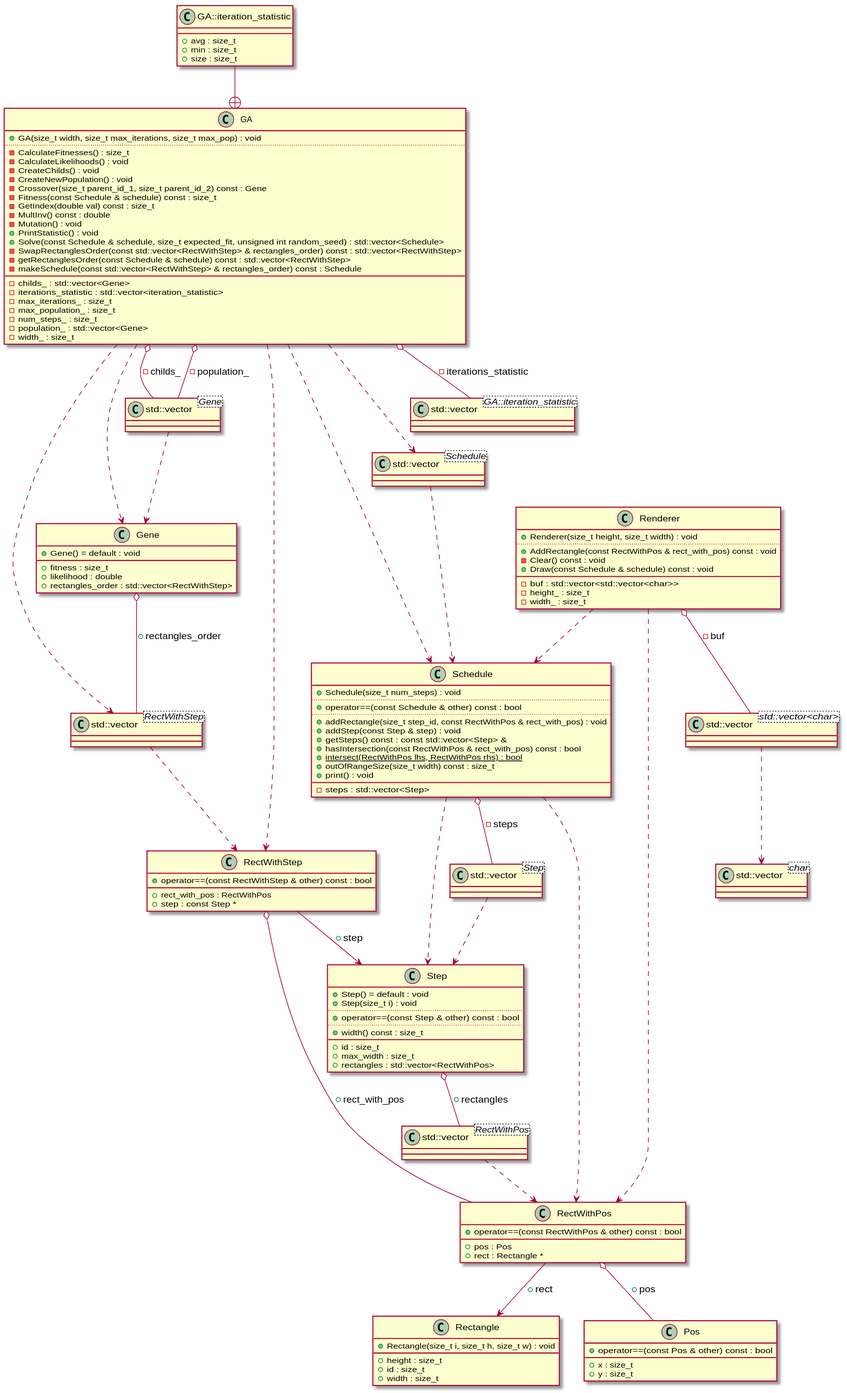
This is docs/diagrams/class_diagram.svg from RomantsovS/GeneticBinPacking, a PlantUML export, as it was before one commit. The source it was exported from:
```plantuml
@startuml
class "std::vector<RectWithPos>" as C_0001994948285295700493
class C_0001994948285295700493 {
__
}
class "std::vector<Step>" as C_0001900356068563620574
class C_0001900356068563620574 {
__
}
class "std::vector<RectWithStep>" as C_0000971972735732324523
class C_0000971972735732324523 {
__
}
class "std::vector<Schedule>" as C_0002248819356398343339
class C_0002248819356398343339 {
__
}
class "std::vector<Gene>" as C_0000839953965816516475
class C_0000839953965816516475 {
__
}
class "std::vector<GA::iteration_statistic>" as C_0000516882980372094814
class C_0000516882980372094814 {
__
}
class "std::vector<char>" as C_0001555288532849600256
class C_0001555288532849600256 {
__
}
class "std::vector<std::vector<char>>" as C_0001587101195359149752
class C_0001587101195359149752 {
__
}
class "Rectangle" as C_0000373589578875245130
class C_0000373589578875245130 {
+Rectangle(size_t i, size_t h, size_t w) : void
__
+height : size_t
+id : size_t
+width : size_t
}
class "Pos" as C_0001610257482604871553
class C_0001610257482604871553 {
+operator==(const Pos & other) const : bool
__
+x : size_t
+y : size_t
}
class "RectWithPos" as C_0000236531466166773997
class C_0000236531466166773997 {
+operator==(const RectWithPos & other) const : bool
__
+pos : Pos
+rect : Rectangle *
}
class "Step" as C_0000098590755926109064
class C_0000098590755926109064 {
+Step() = default : void
+Step(size_t i) : void
..
+operator==(const Step & other) const : bool
..
+width() const : size_t
__
+id : size_t
+max_width : size_t
+rectangles : std::vector<RectWithPos>
}
class "Schedule" as C_0000093946869327873909
class C_0000093946869327873909 {
+Schedule(size_t num_steps) : void
..
+operator==(const Schedule & other) const : bool
..
+addRectangle(size_t step_id, const RectWithPos & rect_with_pos) : void
+addStep(const Step & step) : void
+getSteps() const : const std::vector<Step> &
+hasIntersection(const RectWithPos & rect_with_pos) const : bool
{static} +intersect(RectWithPos lhs, RectWithPos rhs) : bool
+outOfRangeSize(size_t width) const : size_t
+print() : void
__
-steps : std::vector<Step>
}
class "RectWithStep" as C_0000084282768001716009
class C_0000084282768001716009 {
+operator==(const RectWithStep & other) const : bool
__
+rect_with_pos : RectWithPos
+step : const Step *
}
class "Gene" as C_0001366491833892222367
class C_0001366491833892222367 {
+Gene() = default : void
__
+fitness : size_t
+likelihood : double
+rectangles_order : std::vector<RectWithStep>
}
class "GA" as C_0002071076267832123339
class C_0002071076267832123339 {
+GA(size_t width, size_t max_iterations, size_t max_pop) : void
..
-CalculateFitnesses() : size_t
-CalculateLikelihoods() : void
-CreateChilds() : void
-CreateNewPopulation() : void
-Crossover(size_t parent_id_1, size_t parent_id_2) const : Gene
-Fitness(const Schedule & schedule) const : size_t
-GetIndex(double val) const : size_t
-MultInv() const : double
-Mutation() : void
+PrintStatistic() : void
+Solve(const Schedule & schedule, size_t expected_fit, unsigned int random_seed) : std::vector<Schedule>
-SwapRectanglesOrder(const std::vector<RectWithStep> & rectangles_order) const : std::vector<RectWithStep>
-getRectanglesOrder(const Schedule & schedule) const : std::vector<RectWithStep>
-makeSchedule(const std::vector<RectWithStep> & rectangles_order) const : Schedule
__
-childs_ : std::vector<Gene>
-iterations_statistic : std::vector<iteration_statistic>
-max_iterations_ : size_t
-max_population_ : size_t
-num_steps_ : size_t
-population_ : std::vector<Gene>
-width_ : size_t
}
class "GA::iteration_statistic" as C_0000207584391244251542
class C_0000207584391244251542 {
__
+avg : size_t
+min : size_t
+size : size_t
}
class "Renderer" as C_0002250562613440808018
class C_0002250562613440808018 {
+Renderer(size_t height, size_t width) : void
..
+AddRectangle(const RectWithPos & rect_with_pos) const : void
-Clear() const : void
+Draw(const Schedule & schedule) const : void
__
-buf : std::vector<std::vector<char>>
-height_ : size_t
-width_ : size_t
}
C_0001994948285295700493 ..> C_0000236531466166773997
C_0001900356068563620574 ..> C_0000098590755926109064
C_0000971972735732324523 ..> C_0000084282768001716009
C_0002248819356398343339 ..> C_0000093946869327873909
C_0000839953965816516475 ..> C_0001366491833892222367
C_0001587101195359149752 ..> C_0001555288532849600256
C_0000236531466166773997 --> C_0000373589578875245130 : +rect
C_0000236531466166773997 o-- C_0001610257482604871553 : +pos
C_0000098590755926109064 o-- C_0001994948285295700493 : +rectangles
C_0000093946869327873909 ..> C_0000098590755926109064
C_0000093946869327873909 ..> C_0000236531466166773997
C_0000093946869327873909 o-- C_0001900356068563620574 : -steps
C_0000084282768001716009 o-- C_0000236531466166773997 : +rect_with_pos
C_0000084282768001716009 --> C_0000098590755926109064 : +step
C_0001366491833892222367 o-- C_0000971972735732324523 : +rectangles_order
C_0002071076267832123339 ..> C_0000093946869327873909
C_0002071076267832123339 ..> C_0002248819356398343339
C_0002071076267832123339 ..> C_0000971972735732324523
C_0002071076267832123339 ..> C_0000084282768001716009
C_0002071076267832123339 ..> C_0001366491833892222367
C_0002071076267832123339 o-- C_0000839953965816516475 : -population_
C_0002071076267832123339 o-- C_0000839953965816516475 : -childs_
C_0002071076267832123339 o-- C_0000516882980372094814 : -iterations_statistic
C_0000207584391244251542 --+ C_0002071076267832123339
C_0002250562613440808018 ..> C_0000236531466166773997
C_0002250562613440808018 ..> C_0000093946869327873909
C_0002250562613440808018 o-- C_0001587101195359149752 : -buf

@enduml
```
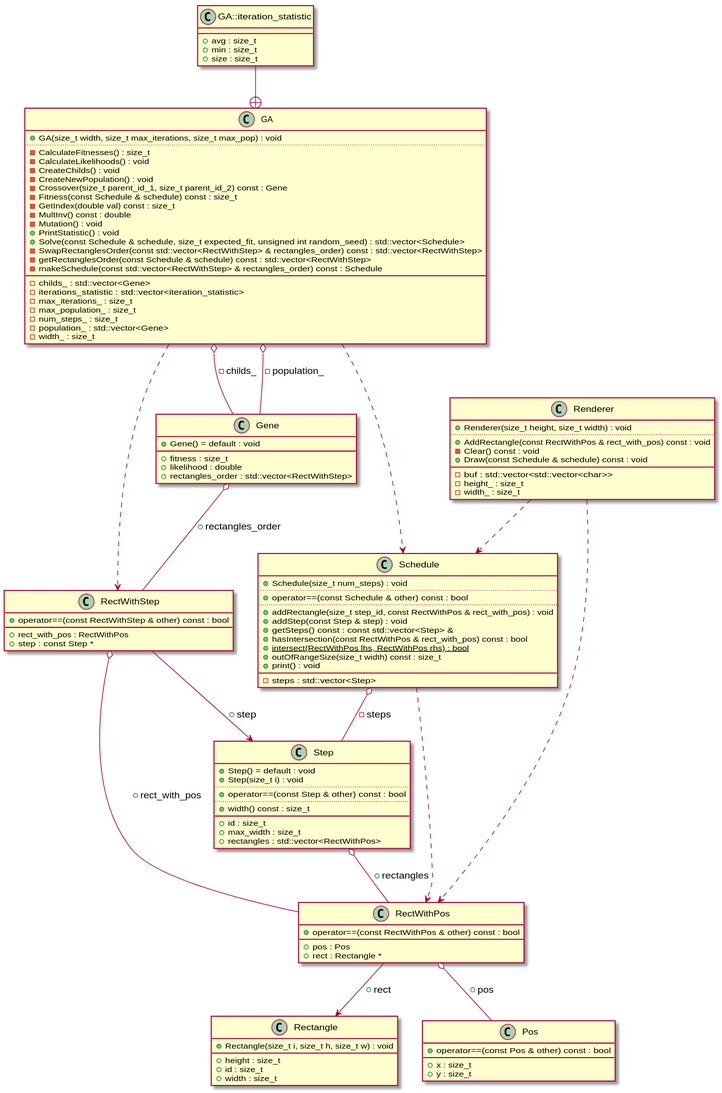
Later version of the same file.

Commit message:
exclude std from diagramm

Change to the diagram source:
```diff
@@ -1,36 +1,4 @@
 @startuml
-class "std::vector<RectWithPos>" as C_0001994948285295700493
-class C_0001994948285295700493 {
-__
-}
-class "std::vector<Step>" as C_0001900356068563620574
-class C_0001900356068563620574 {
-__
-}
-class "std::vector<RectWithStep>" as C_0000971972735732324523
-class C_0000971972735732324523 {
-__
-}
-class "std::vector<Schedule>" as C_0002248819356398343339
-class C_0002248819356398343339 {
-__
-}
-class "std::vector<Gene>" as C_0000839953965816516475
-class C_0000839953965816516475 {
-__
-}
-class "std::vector<GA::iteration_statistic>" as C_0000516882980372094814
-class C_0000516882980372094814 {
-__
-}
-class "std::vector<char>" as C_0001555288532849600256
-class C_0001555288532849600256 {
-__
-}
-class "std::vector<std::vector<char>>" as C_0001587101195359149752
-class C_0001587101195359149752 {
-__
-}
 class "Rectangle" as C_0000373589578875245130
 class C_0000373589578875245130 {
 +Rectangle(size_t i, size_t h, size_t w) : void
@@ -143,32 +111,20 @@
 -height_ : size_t
 -width_ : size_t
 }
-C_0001994948285295700493 ..> C_0000236531466166773997
-C_0001900356068563620574 ..> C_0000098590755926109064
-C_0000971972735732324523 ..> C_0000084282768001716009
-C_0002248819356398343339 ..> C_0000093946869327873909
-C_0000839953965816516475 ..> C_0001366491833892222367
-C_0001587101195359149752 ..> C_0001555288532849600256
 C_0000236531466166773997 --> C_0000373589578875245130 : +rect
 C_0000236531466166773997 o-- C_0001610257482604871553 : +pos
-C_0000098590755926109064 o-- C_0001994948285295700493 : +rectangles
-C_0000093946869327873909 ..> C_0000098590755926109064
+C_0000098590755926109064 o-- C_0000236531466166773997 : +rectangles
 C_0000093946869327873909 ..> C_0000236531466166773997
-C_0000093946869327873909 o-- C_0001900356068563620574 : -steps
+C_0000093946869327873909 o-- C_0000098590755926109064 : -steps
 C_0000084282768001716009 o-- C_0000236531466166773997 : +rect_with_pos
 C_0000084282768001716009 --> C_0000098590755926109064 : +step
-C_0001366491833892222367 o-- C_0000971972735732324523 : +rectangles_order
+C_0001366491833892222367 o-- C_0000084282768001716009 : +rectangles_order
 C_0002071076267832123339 ..> C_0000093946869327873909
-C_0002071076267832123339 ..> C_0002248819356398343339
-C_0002071076267832123339 ..> C_0000971972735732324523
 C_0002071076267832123339 ..> C_0000084282768001716009
-C_0002071076267832123339 ..> C_0001366491833892222367
-C_0002071076267832123339 o-- C_0000839953965816516475 : -population_
-C_0002071076267832123339 o-- C_0000839953965816516475 : -childs_
-C_0002071076267832123339 o-- C_0000516882980372094814 : -iterations_statistic
+C_0002071076267832123339 o-- C_0001366491833892222367 : -population_
+C_0002071076267832123339 o-- C_0001366491833892222367 : -childs_
 C_0000207584391244251542 --+ C_0002071076267832123339
 C_0002250562613440808018 ..> C_0000236531466166773997
 C_0002250562613440808018 ..> C_0000093946869327873909
-C_0002250562613440808018 o-- C_0001587101195359149752 : -buf
 
 @enduml
```
